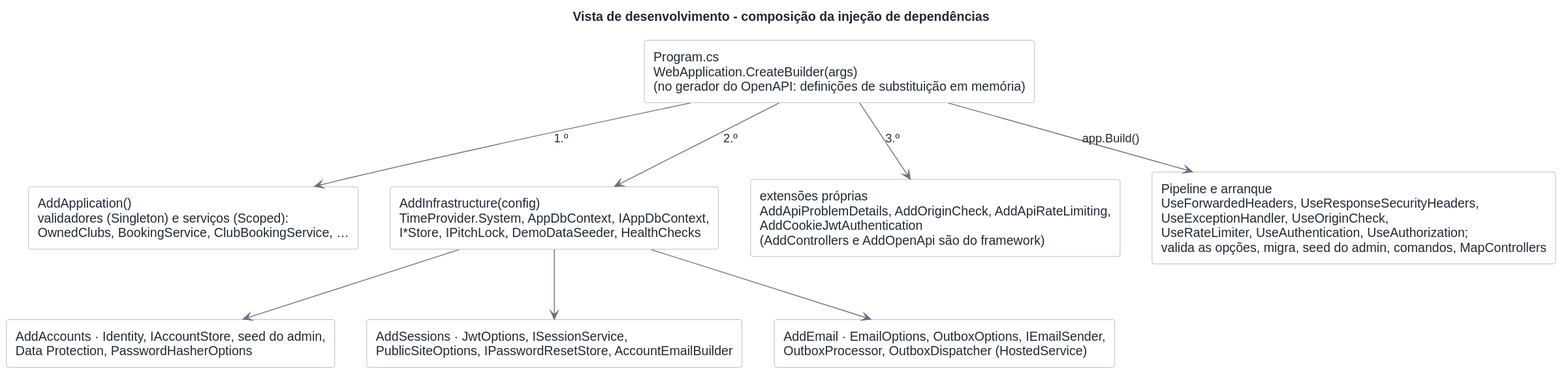
This is docs/architecture/out/development-di.svg from rodrigo4sousa/SportsEstablishments, a PlantUML export, as it was before one commit.
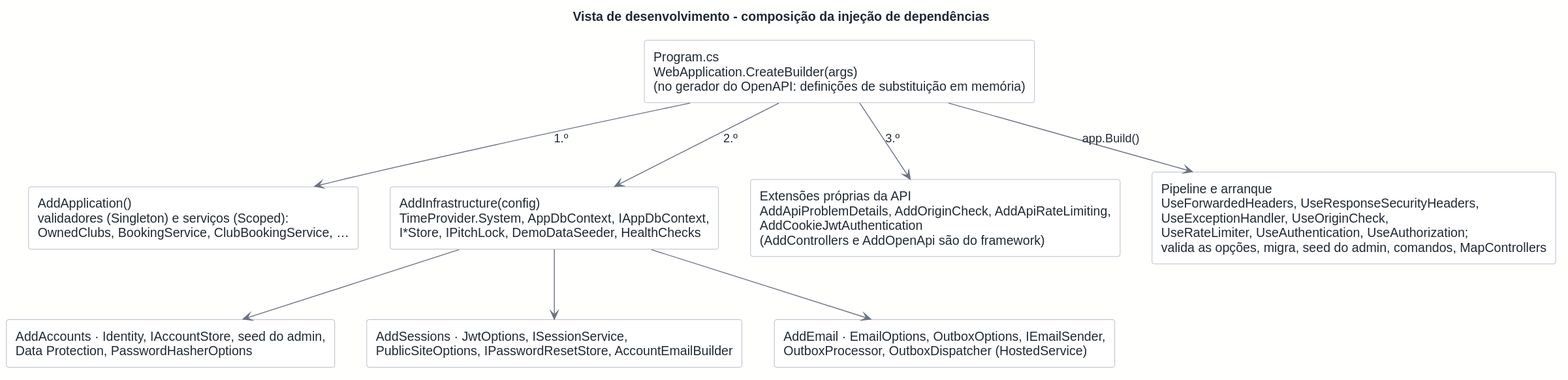
The same diagram one commit later.

Commit message:
docs: check diagram aliases against the inventory

Change to the diagram source:
```diff
@@ -10,7 +10,7 @@
 rectangle "AddAccounts · Identity, IAccountStore, seed do admin,\nData Protection, PasswordHasherOptions" as ADDACC
 rectangle "AddSessions · JwtOptions, ISessionService,\nPublicSiteOptions, IPasswordResetStore, AccountEmailBuilder" as ADDSES
 rectangle "AddEmail · EmailOptions, OutboxOptions, IEmailSender,\nOutboxProcessor, OutboxDispatcher (HostedService)" as ADDMAIL
-rectangle "extensões próprias\nAddApiProblemDetails, AddOriginCheck, AddApiRateLimiting,\nAddCookieJwtAuthentication\n(AddControllers e AddOpenApi são do framework)" as ADDAPI
+rectangle "Extensões próprias da API\nAddApiProblemDetails, AddOriginCheck, AddApiRateLimiting,\nAddCookieJwtAuthentication\n(AddControllers e AddOpenApi são do framework)" as ADDAPI
 rectangle "Pipeline e arranque\nUseForwardedHeaders, UseResponseSecurityHeaders,\nUseExceptionHandler, UseOriginCheck,\nUseRateLimiter, UseAuthentication, UseAuthorization;\nvalida as opções, migra, seed do admin, comandos, MapControllers" as PIPE
 
 PROG --> ADDAPP : 1.º
```
